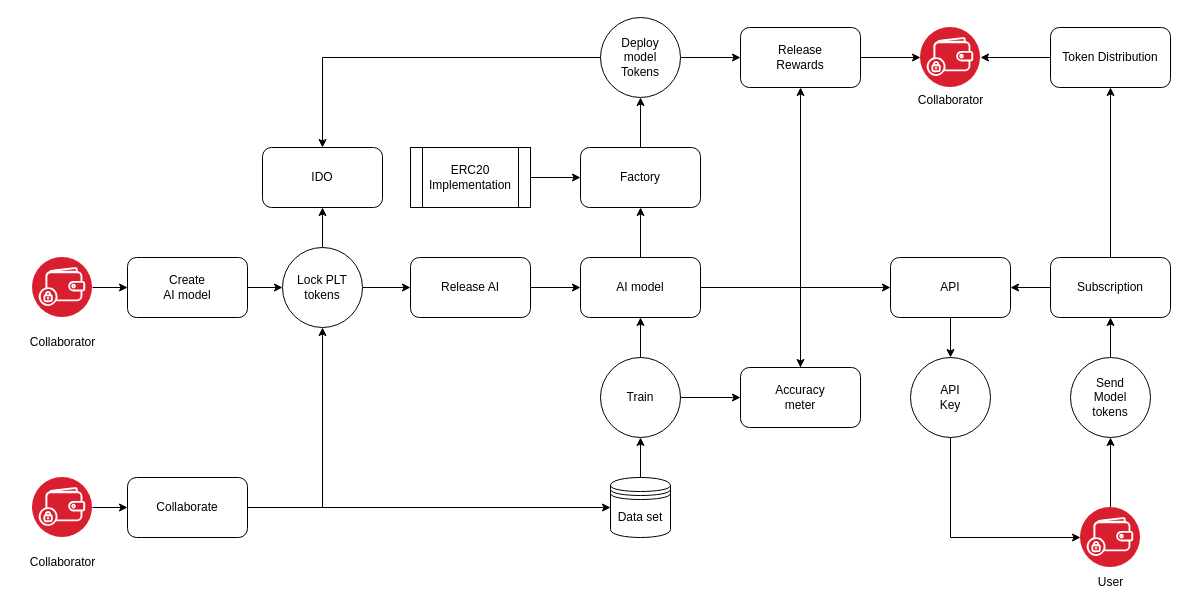
Before: AIblockchainModel.drawio in ali-05-ahmed/Concept-Diagrams, a draw.io diagram. Source tidied: cells renumbered, new cells numbered last; positions are measured from the earlier drawing's top-left corner, leaving out a move shared by most shapes. Both pictures are drawn from the tidied source at 100%, with x=0, y=0 at pixel (17, 17).
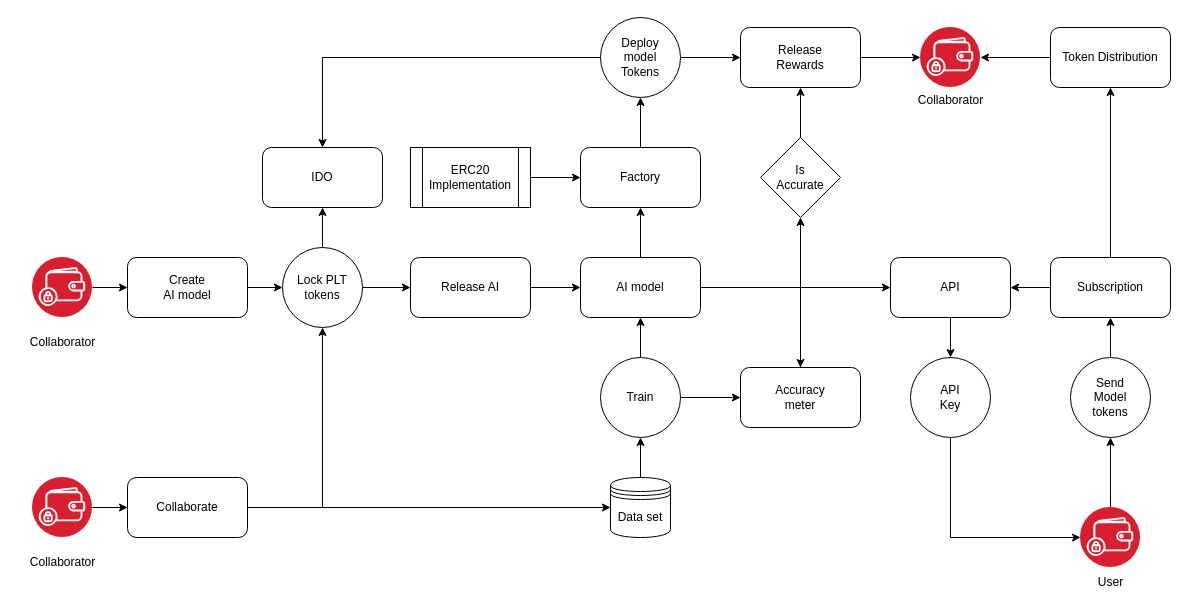
After the change.

The change refers to these unchanged cells:
```xml
<mxCell id="21" value="Accuracy&lt;br&gt;meter" style="rounded=1;whiteSpace=wrap;html=1;" parent="1" vertex="1">
  <mxGeometry x="723" y="350" width="120" height="60" as="geometry" />
</mxCell>
<mxCell id="29" value="Release&lt;br&gt;Rewards" style="rounded=1;whiteSpace=wrap;html=1;" parent="1" vertex="1">
  <mxGeometry x="723" y="10" width="120" height="60" as="geometry" />
</mxCell>
```

Diff of the diagram source:
```diff
@@
-    <mxCell id="20" style="edgeStyle=orthogonalEdgeStyle;rounded=0;jettySize=auto;html=1;" parent="1" edge="1" source="21" target="29">
+    <mxCell id="20" style="edgeStyle=orthogonalEdgeStyle;rounded=0;jettySize=auto;html=1;entryX=0.5;entryY=1;entryDx=0;entryDy=0;" parent="1" edge="1" source="21" target="56">
       <mxGeometry relative="1" as="geometry" />
     </mxCell>
@@
+    <mxCell id="55" style="edgeStyle=orthogonalEdgeStyle;rounded=0;jettySize=auto;html=1;" parent="1" edge="1" source="56" target="29">
+      <mxGeometry relative="1" as="geometry" />
+    </mxCell>
+    <mxCell id="56" value="Is&lt;br&gt;Accurate" style="rhombus;whiteSpace=wrap;html=1;" parent="1" vertex="1">
+      <mxGeometry x="743" y="120" width="80" height="80" as="geometry" />
+    </mxCell>
```
